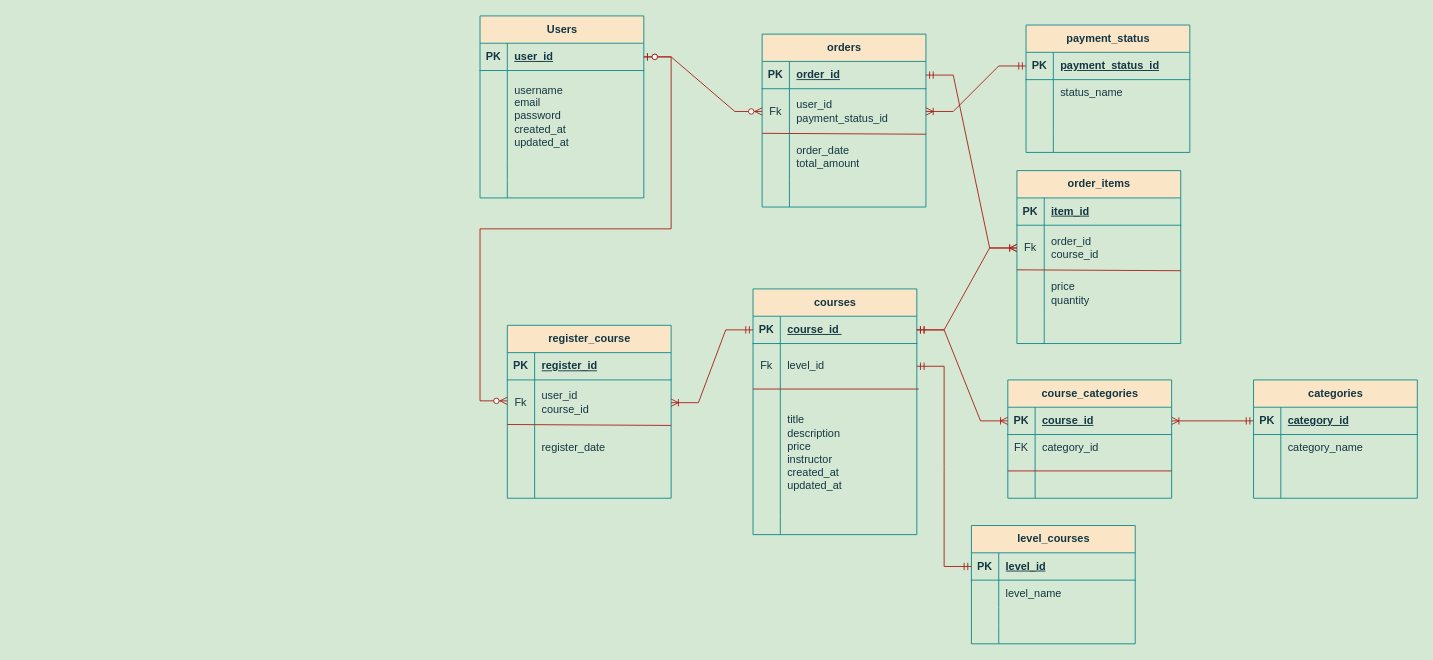
Above: Biểu đồ không có tiêu đề.drawio in KiLopFD/Web-Course-Online (draw.io), before the change. Source tidied: cells renumbered, new cells numbered last; positions are measured from the earlier drawing's top-left corner, leaving out a move shared by most shapes. Both pictures are drawn from the tidied source at 91%, with x=0, y=0 at pixel (480, 15).
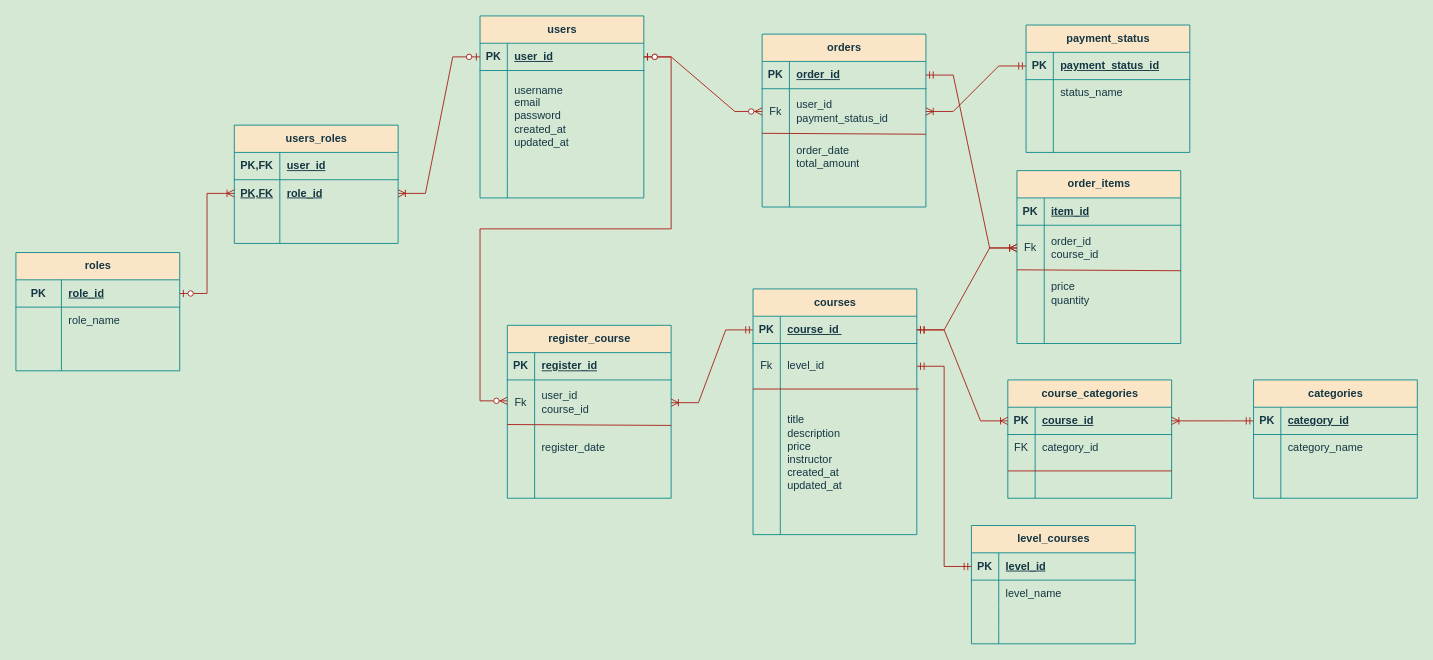
Above is the later version.

Commit message:
Cập nhật Biểu đồ không có tiêu đề.drawio

Unchanged cells that the change refers to:
```xml
<mxCell id="3" style="shape=tableRow;horizontal=0;startSize=0;swimlaneHead=0;swimlaneBody=0;fillColor=none;points=[[0,0.5],[1,0.5]];portConstraint=eastwest;top=0;left=0;right=0;bottom=1;labelBackgroundColor=none;strokeColor=#0F8B8D;fontColor=#143642;" parent="2" vertex="1">
  <mxGeometry y="30" width="180" height="30" as="geometry" />
</mxCell>
<mxCell id="16" style="shape=tableRow;horizontal=0;startSize=0;swimlaneHead=0;swimlaneBody=0;fillColor=none;points=[[0,0.5],[1,0.5]];portConstraint=eastwest;top=0;left=0;right=0;bottom=1;labelBackgroundColor=none;strokeColor=#0F8B8D;fontColor=#143642;" parent="15" vertex="1">
  <mxGeometry y="30" width="180" height="30" as="geometry" />
</mxCell>
<mxCell id="19" style="shape=tableRow;horizontal=0;startSize=0;swimlaneHead=0;swimlaneBody=0;fillColor=none;points=[[0,0.5],[1,0.5]];portConstraint=eastwest;top=0;left=0;right=0;bottom=0;swimlaneFillColor=none;labelBackgroundColor=none;strokeColor=#0F8B8D;fontColor=#143642;" parent="15" vertex="1">
  <mxGeometry y="60" width="180" height="50" as="geometry" />
</mxCell>
<mxCell id="33" style="shape=tableRow;horizontal=0;startSize=0;swimlaneHead=0;swimlaneBody=0;fillColor=none;points=[[0,0.5],[1,0.5]];portConstraint=eastwest;top=0;left=0;right=0;bottom=0;swimlaneFillColor=none;labelBackgroundColor=none;strokeColor=#0F8B8D;fontColor=#143642;" parent="29" vertex="1">
  <mxGeometry y="60" width="180" height="50" as="geometry" />
</mxCell>
<mxCell id="44" style="shape=tableRow;horizontal=0;startSize=0;swimlaneHead=0;swimlaneBody=0;fillColor=none;points=[[0,0.5],[1,0.5]];portConstraint=eastwest;top=0;left=0;right=0;bottom=1;labelBackgroundColor=none;strokeColor=#0F8B8D;fontColor=#143642;" parent="43" vertex="1">
  <mxGeometry y="30" width="180" height="30" as="geometry" />
</mxCell>
<mxCell id="60" style="shape=tableRow;horizontal=0;startSize=0;swimlaneHead=0;swimlaneBody=0;fillColor=none;points=[[0,0.5],[1,0.5]];portConstraint=eastwest;top=0;left=0;right=0;bottom=0;swimlaneFillColor=none;labelBackgroundColor=none;strokeColor=#0F8B8D;fontColor=#143642;" parent="56" vertex="1">
  <mxGeometry y="60" width="180" height="50" as="geometry" />
</mxCell>
<mxCell id="71" style="shape=tableRow;horizontal=0;startSize=0;swimlaneHead=0;swimlaneBody=0;fillColor=none;points=[[0,0.5],[1,0.5]];portConstraint=eastwest;top=0;left=0;right=0;bottom=1;labelBackgroundColor=none;strokeColor=#0F8B8D;fontColor=#143642;" parent="70" vertex="1">
  <mxGeometry y="30" width="180" height="30" as="geometry" />
</mxCell>
<mxCell id="100" style="shape=tableRow;horizontal=0;startSize=0;swimlaneHead=0;swimlaneBody=0;fillColor=none;points=[[0,0.5],[1,0.5]];portConstraint=eastwest;top=0;left=0;right=0;bottom=1;labelBackgroundColor=none;strokeColor=#0F8B8D;fontColor=#143642;" parent="99" vertex="1">
  <mxGeometry y="30" width="180" height="30" as="geometry" />
</mxCell>
<mxCell id="113" style="shape=tableRow;horizontal=0;startSize=0;swimlaneHead=0;swimlaneBody=0;fillColor=none;points=[[0,0.5],[1,0.5]];portConstraint=eastwest;top=0;left=0;right=0;bottom=1;labelBackgroundColor=none;strokeColor=#0F8B8D;fontColor=#143642;" parent="112" vertex="1">
  <mxGeometry y="30" width="180" height="30" as="geometry" />
</mxCell>
```

The edit, as a diff of the source:
```diff
@@
-    <mxCell id="2" value="Users" style="shape=table;startSize=30;childLayout=tableLayout;rowLines=0;fontStyle=1;align=center;html=1;labelBackgroundColor=none;fillColor=#FAE5C7;strokeColor=#0F8B8D;fontColor=#143642;" parent="1" vertex="1">
+    <mxCell id="2" value="users" style="shape=table;startSize=30;childLayout=tableLayout;rowLines=0;fontStyle=1;align=center;html=1;labelBackgroundColor=none;fillColor=#FAE5C7;strokeColor=#0F8B8D;fontColor=#143642;" parent="1" vertex="1">
       <mxGeometry width="180" height="200" as="geometry" />
     </mxCell>
@@
-    <mxCell id="127" style="edgeStyle=entityRelationEdgeStyle;fontSize=12;html=1;endArrow=ERoneToMany;startArrow=ERmandOne;rounded=0;strokeColor=#A8201A;fontColor=#143642;fillColor=#FAE5C7;exitX=0;exitY=0.5;exitDx=0;exitDy=0;entryX=1;entryY=0.5;entryDx=0;entryDy=0;" parent="1" edge="1" source="71" target="33">
+    <mxCell id="127" style="edgeStyle=entityRelationEdgeStyle;fontSize=12;html=1;endArrow=ERoneToMany;startArrow=ERmandOne;rounded=0;strokeColor=#A8201A;fontColor=default;fillColor=#FAE5C7;exitX=0;exitY=0.5;exitDx=0;exitDy=0;entryX=1;entryY=0.5;entryDx=0;entryDy=0;labelBackgroundColor=none;" parent="1" edge="1" source="71" target="33">
       <mxGeometry relative="1" as="geometry" />
     </mxCell>
-    <mxCell id="128" style="edgeStyle=entityRelationEdgeStyle;fontSize=12;html=1;endArrow=ERoneToMany;startArrow=ERmandOne;rounded=0;strokeColor=#A8201A;fontColor=#143642;fillColor=#FAE5C7;entryX=0;entryY=0.5;entryDx=0;entryDy=0;exitX=1;exitY=0.5;exitDx=0;exitDy=0;" parent="1" edge="1" source="16" target="60">
+    <mxCell id="128" style="edgeStyle=entityRelationEdgeStyle;fontSize=12;html=1;endArrow=ERoneToMany;startArrow=ERmandOne;rounded=0;strokeColor=#A8201A;fontColor=default;fillColor=#FAE5C7;entryX=0;entryY=0.5;entryDx=0;entryDy=0;exitX=1;exitY=0.5;exitDx=0;exitDy=0;labelBackgroundColor=none;" parent="1" edge="1" source="16" target="60">
       <mxGeometry relative="1" as="geometry" />
     </mxCell>
-    <mxCell id="129" style="edgeStyle=entityRelationEdgeStyle;fontSize=12;html=1;endArrow=ERoneToMany;startArrow=ERmandOne;rounded=0;strokeColor=#A8201A;fontColor=#143642;fillColor=#FAE5C7;entryX=0;entryY=0.5;entryDx=0;entryDy=0;exitX=1;exitY=0.5;exitDx=0;exitDy=0;" parent="1" edge="1" source="71" target="60">
+    <mxCell id="129" style="edgeStyle=entityRelationEdgeStyle;fontSize=12;html=1;endArrow=ERoneToMany;startArrow=ERmandOne;rounded=0;strokeColor=#A8201A;fontColor=default;fillColor=#FAE5C7;entryX=0;entryY=0.5;entryDx=0;entryDy=0;exitX=1;exitY=0.5;exitDx=0;exitDy=0;labelBackgroundColor=none;" parent="1" edge="1" source="71" target="60">
       <mxGeometry relative="1" as="geometry" />
     </mxCell>
-    <mxCell id="130" style="edgeStyle=entityRelationEdgeStyle;fontSize=12;html=1;endArrow=ERoneToMany;startArrow=ERmandOne;rounded=0;strokeColor=#A8201A;fontColor=#143642;fillColor=#FAE5C7;entryX=1;entryY=0.5;entryDx=0;entryDy=0;exitX=0;exitY=0.5;exitDx=0;exitDy=0;" parent="1" edge="1" source="44" target="19">
+    <mxCell id="130" style="edgeStyle=entityRelationEdgeStyle;fontSize=12;html=1;endArrow=ERoneToMany;startArrow=ERmandOne;rounded=0;strokeColor=#A8201A;fontColor=default;fillColor=#FAE5C7;entryX=1;entryY=0.5;entryDx=0;entryDy=0;exitX=0;exitY=0.5;exitDx=0;exitDy=0;labelBackgroundColor=none;" parent="1" edge="1" source="44" target="19">
       <mxGeometry relative="1" as="geometry" />
     </mxCell>
-    <mxCell id="131" style="edgeStyle=entityRelationEdgeStyle;fontSize=12;html=1;endArrow=ERoneToMany;startArrow=ERmandOne;rounded=0;strokeColor=#A8201A;fontColor=#143642;fillColor=#FAE5C7;entryX=0;entryY=0.5;entryDx=0;entryDy=0;exitX=1;exitY=0.5;exitDx=0;exitDy=0;" parent="1" edge="1" source="71" target="113">
+    <mxCell id="131" style="edgeStyle=entityRelationEdgeStyle;fontSize=12;html=1;endArrow=ERoneToMany;startArrow=ERmandOne;rounded=0;strokeColor=#A8201A;fontColor=default;fillColor=#FAE5C7;entryX=0;entryY=0.5;entryDx=0;entryDy=0;exitX=1;exitY=0.5;exitDx=0;exitDy=0;labelBackgroundColor=none;" parent="1" edge="1" source="71" target="113">
       <mxGeometry relative="1" as="geometry" />
     </mxCell>
-    <mxCell id="132" style="edgeStyle=entityRelationEdgeStyle;fontSize=12;html=1;endArrow=ERoneToMany;startArrow=ERmandOne;rounded=0;strokeColor=#A8201A;fontColor=#143642;fillColor=#FAE5C7;entryX=1;entryY=0.5;entryDx=0;entryDy=0;exitX=0;exitY=0.5;exitDx=0;exitDy=0;" parent="1" edge="1" source="100" target="113">
+    <mxCell id="132" style="edgeStyle=entityRelationEdgeStyle;fontSize=12;html=1;endArrow=ERoneToMany;startArrow=ERmandOne;rounded=0;strokeColor=#A8201A;fontColor=default;fillColor=#FAE5C7;entryX=1;entryY=0.5;entryDx=0;entryDy=0;exitX=0;exitY=0.5;exitDx=0;exitDy=0;labelBackgroundColor=none;" parent="1" edge="1" source="100" target="113">
       <mxGeometry relative="1" as="geometry" />
     </mxCell>
+    <mxCell id="133" value="users_roles" style="shape=table;startSize=30;childLayout=tableLayout;rowLines=0;fontStyle=1;align=center;html=1;labelBackgroundColor=none;fillColor=#FAE5C7;strokeColor=#0F8B8D;fontColor=#143642;" parent="1" vertex="1">
+      <mxGeometry x="-270" y="120" width="180" height="130" as="geometry" />
+    </mxCell>
+    <mxCell id="134" style="shape=tableRow;horizontal=0;startSize=0;swimlaneHead=0;swimlaneBody=0;fillColor=none;top=0;left=0;right=0;bottom=1;labelBackgroundColor=none;strokeColor=#0F8B8D;fontColor=#143642;" parent="133" vertex="1">
+      <mxGeometry y="30" width="180" height="30" as="geometry" />
+    </mxCell>
+    <mxCell id="135" value="PK,FK" style="shape=partialRectangle;fillColor=none;top=0;left=0;bottom=0;right=0;fontStyle=1;overflow=hidden;whiteSpace=wrap;html=1;labelBackgroundColor=none;strokeColor=#0F8B8D;fontColor=#143642;" parent="134" vertex="1">
+      <mxGeometry width="50" height="30" as="geometry" />
+    </mxCell>
+    <mxCell id="136" value="user_id" style="shape=partialRectangle;fillColor=none;top=0;left=0;bottom=0;right=0;align=left;spacingLeft=6;fontStyle=5;overflow=hidden;whiteSpace=wrap;html=1;labelBackgroundColor=none;strokeColor=#0F8B8D;fontColor=#143642;" parent="134" vertex="1">
+      <mxGeometry x="50" width="130" height="30" as="geometry" />
+    </mxCell>
+    <mxCell id="137" style="shape=tableRow;horizontal=0;startSize=0;swimlaneHead=0;swimlaneBody=0;fillColor=none;points=[[0,0.5],[1,0.5]];portConstraint=eastwest;top=0;left=0;right=0;bottom=0;labelBackgroundColor=none;strokeColor=#0F8B8D;fontColor=#143642;" parent="133" vertex="1">
+      <mxGeometry y="60" width="180" height="30" as="geometry" />
+    </mxCell>
+    <mxCell id="138" value="&lt;b&gt;&lt;u&gt;PK,FK&lt;/u&gt;&lt;/b&gt;" style="shape=partialRectangle;fillColor=none;top=0;left=0;bottom=0;right=0;overflow=hidden;whiteSpace=wrap;html=1;labelBackgroundColor=none;strokeColor=#0F8B8D;fontColor=#143642;" parent="137" vertex="1">
+      <mxGeometry width="50" height="30" as="geometry" />
+    </mxCell>
+    <mxCell id="139" value="&lt;b&gt;&lt;u&gt;role_id&lt;/u&gt;&lt;/b&gt;" style="shape=partialRectangle;fillColor=none;top=0;left=0;bottom=0;right=0;align=left;spacingLeft=6;overflow=hidden;whiteSpace=wrap;html=1;labelBackgroundColor=none;strokeColor=#0F8B8D;fontColor=#143642;" parent="137" vertex="1">
+      <mxGeometry x="50" width="130" height="30" as="geometry" />
+    </mxCell>
+    <mxCell id="140" style="shape=tableRow;horizontal=0;startSize=0;swimlaneHead=0;swimlaneBody=0;fillColor=none;top=0;left=0;right=0;bottom=0;labelBackgroundColor=none;strokeColor=#0F8B8D;fontColor=#143642;" parent="133" vertex="1">
+      <mxGeometry y="90" width="180" height="20" as="geometry" />
+    </mxCell>
+    <mxCell id="141" style="shape=partialRectangle;fillColor=none;top=0;left=0;bottom=0;right=0;overflow=hidden;whiteSpace=wrap;html=1;labelBackgroundColor=none;strokeColor=#0F8B8D;fontColor=#143642;" parent="140" vertex="1">
+      <mxGeometry width="50" height="20" as="geometry" />
+    </mxCell>
+    <mxCell id="142" style="shape=partialRectangle;fillColor=none;top=0;left=0;bottom=0;right=0;align=left;spacingLeft=6;overflow=hidden;whiteSpace=wrap;html=1;labelBackgroundColor=none;strokeColor=#0F8B8D;fontColor=#143642;" parent="140" vertex="1">
+      <mxGeometry x="50" width="130" height="20" as="geometry" />
+    </mxCell>
+    <mxCell id="143" style="shape=tableRow;horizontal=0;startSize=0;swimlaneHead=0;swimlaneBody=0;fillColor=none;top=0;left=0;right=0;bottom=0;labelBackgroundColor=none;strokeColor=#0F8B8D;fontColor=#143642;" parent="133" vertex="1">
+      <mxGeometry y="110" width="180" height="20" as="geometry" />
+    </mxCell>
+    <mxCell id="144" style="shape=partialRectangle;fillColor=none;top=0;left=0;bottom=0;right=0;overflow=hidden;whiteSpace=wrap;html=1;labelBackgroundColor=none;strokeColor=#0F8B8D;fontColor=#143642;" parent="143" vertex="1">
+      <mxGeometry width="50" height="20" as="geometry" />
+    </mxCell>
+    <mxCell id="145" style="shape=partialRectangle;fillColor=none;top=0;left=0;bottom=0;right=0;align=left;spacingLeft=6;overflow=hidden;whiteSpace=wrap;html=1;labelBackgroundColor=none;strokeColor=#0F8B8D;fontColor=#143642;" parent="143" vertex="1">
+      <mxGeometry x="50" width="130" height="20" as="geometry" />
+    </mxCell>
+    <mxCell id="146" style="edgeStyle=entityRelationEdgeStyle;fontSize=12;html=1;endArrow=ERoneToMany;startArrow=ERzeroToOne;rounded=0;entryX=1;entryY=0.5;entryDx=0;entryDy=0;exitX=0;exitY=0.5;exitDx=0;exitDy=0;labelBackgroundColor=none;strokeColor=#A8201A;fontColor=default;" parent="1" edge="1" source="3" target="137">
+      <mxGeometry relative="1" as="geometry" />
+    </mxCell>
+    <mxCell id="147" value="roles" style="shape=table;startSize=30;childLayout=tableLayout;rowLines=0;fontStyle=1;align=center;html=1;labelBackgroundColor=none;fillColor=#FAE5C7;strokeColor=#0F8B8D;fontColor=#143642;" parent="1" vertex="1">
+      <mxGeometry x="-510" y="260" width="180" height="130" as="geometry" />
+    </mxCell>
+    <mxCell id="148" style="shape=tableRow;horizontal=0;startSize=0;swimlaneHead=0;swimlaneBody=0;fillColor=none;points=[[0,0.5],[1,0.5]];portConstraint=eastwest;top=0;left=0;right=0;bottom=1;labelBackgroundColor=none;strokeColor=#0F8B8D;fontColor=#143642;" parent="147" vertex="1">
+      <mxGeometry y="30" width="180" height="30" as="geometry" />
+    </mxCell>
+    <mxCell id="149" value="PK" style="shape=partialRectangle;fillColor=none;top=0;left=0;bottom=0;right=0;fontStyle=1;overflow=hidden;whiteSpace=wrap;html=1;labelBackgroundColor=none;strokeColor=#0F8B8D;fontColor=#143642;" parent="148" vertex="1">
+      <mxGeometry width="50" height="30" as="geometry" />
+    </mxCell>
+    <mxCell id="150" value="role_id" style="shape=partialRectangle;fillColor=none;top=0;left=0;bottom=0;right=0;align=left;spacingLeft=6;fontStyle=5;overflow=hidden;whiteSpace=wrap;html=1;labelBackgroundColor=none;strokeColor=#0F8B8D;fontColor=#143642;" parent="148" vertex="1">
+      <mxGeometry x="50" width="130" height="30" as="geometry" />
+    </mxCell>
+    <mxCell id="151" style="shape=tableRow;horizontal=0;startSize=0;swimlaneHead=0;swimlaneBody=0;fillColor=none;top=0;left=0;right=0;bottom=0;labelBackgroundColor=none;strokeColor=#0F8B8D;fontColor=#143642;" parent="147" vertex="1">
+      <mxGeometry y="60" width="180" height="30" as="geometry" />
+    </mxCell>
+    <mxCell id="152" style="shape=partialRectangle;fillColor=none;top=0;left=0;bottom=0;right=0;overflow=hidden;whiteSpace=wrap;html=1;labelBackgroundColor=none;strokeColor=#0F8B8D;fontColor=#143642;" parent="151" vertex="1">
+      <mxGeometry width="50" height="30" as="geometry" />
+    </mxCell>
+    <mxCell id="153" value="role_name" style="shape=partialRectangle;fillColor=none;top=0;left=0;bottom=0;right=0;align=left;spacingLeft=6;overflow=hidden;whiteSpace=wrap;html=1;labelBackgroundColor=none;strokeColor=#0F8B8D;fontColor=#143642;" parent="151" vertex="1">
+      <mxGeometry x="50" width="130" height="30" as="geometry" />
+    </mxCell>
+    <mxCell id="154" style="shape=tableRow;horizontal=0;startSize=0;swimlaneHead=0;swimlaneBody=0;fillColor=none;top=0;left=0;right=0;bottom=0;labelBackgroundColor=none;strokeColor=#0F8B8D;fontColor=#143642;" parent="147" vertex="1">
+      <mxGeometry y="90" width="180" height="20" as="geometry" />
+    </mxCell>
+    <mxCell id="155" style="shape=partialRectangle;fillColor=none;top=0;left=0;bottom=0;right=0;overflow=hidden;whiteSpace=wrap;html=1;labelBackgroundColor=none;strokeColor=#0F8B8D;fontColor=#143642;" parent="154" vertex="1">
+      <mxGeometry width="50" height="20" as="geometry" />
+    </mxCell>
+    <mxCell id="156" style="shape=partialRectangle;fillColor=none;top=0;left=0;bottom=0;right=0;align=left;spacingLeft=6;overflow=hidden;whiteSpace=wrap;html=1;labelBackgroundColor=none;strokeColor=#0F8B8D;fontColor=#143642;" parent="154" vertex="1">
+      <mxGeometry x="50" width="130" height="20" as="geometry" />
+    </mxCell>
+    <mxCell id="157" style="shape=tableRow;horizontal=0;startSize=0;swimlaneHead=0;swimlaneBody=0;fillColor=none;top=0;left=0;right=0;bottom=0;labelBackgroundColor=none;strokeColor=#0F8B8D;fontColor=#143642;" parent="147" vertex="1">
+      <mxGeometry y="110" width="180" height="20" as="geometry" />
+    </mxCell>
+    <mxCell id="158" style="shape=partialRectangle;fillColor=none;top=0;left=0;bottom=0;right=0;overflow=hidden;whiteSpace=wrap;html=1;labelBackgroundColor=none;strokeColor=#0F8B8D;fontColor=#143642;" parent="157" vertex="1">
+      <mxGeometry width="50" height="20" as="geometry" />
+    </mxCell>
+    <mxCell id="159" style="shape=partialRectangle;fillColor=none;top=0;left=0;bottom=0;right=0;align=left;spacingLeft=6;overflow=hidden;whiteSpace=wrap;html=1;labelBackgroundColor=none;strokeColor=#0F8B8D;fontColor=#143642;" parent="157" vertex="1">
+      <mxGeometry x="50" width="130" height="20" as="geometry" />
+    </mxCell>
+    <mxCell id="160" style="edgeStyle=entityRelationEdgeStyle;fontSize=12;html=1;endArrow=ERoneToMany;startArrow=ERzeroToOne;rounded=0;entryX=0;entryY=0.5;entryDx=0;entryDy=0;exitX=1;exitY=0.5;exitDx=0;exitDy=0;labelBackgroundColor=none;strokeColor=#A8201A;fontColor=default;" parent="1" edge="1" source="148" target="137">
+      <mxGeometry relative="1" as="geometry" />
+    </mxCell>
```
